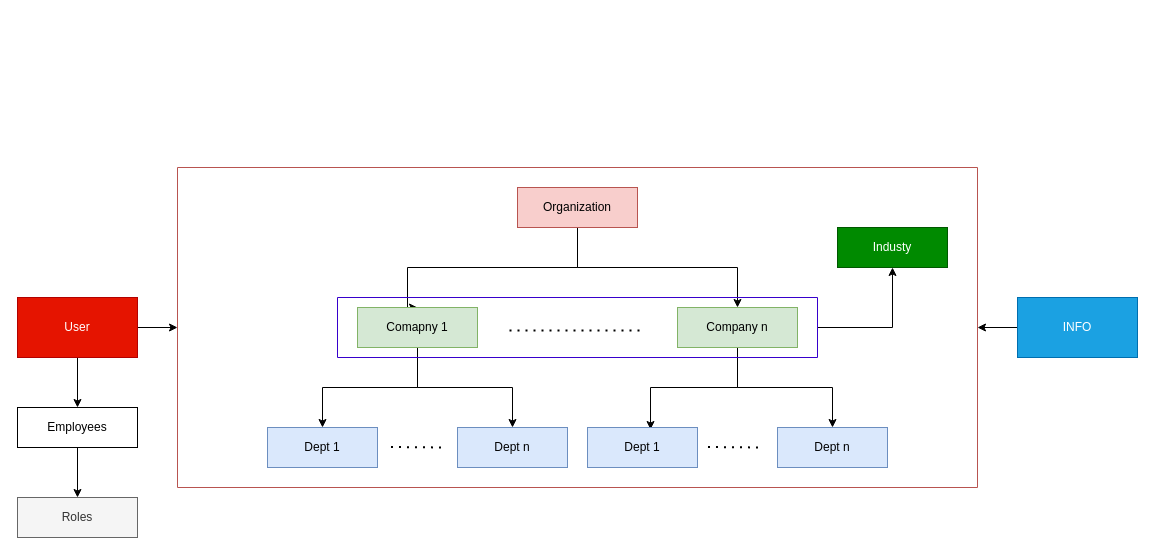
The draw.io diagram storage/dataflow.drawio in vivek-14/omt, before the edit. Source tidied: cells renumbered, new cells numbered last; positions are measured from the earlier drawing's top-left corner, leaving out a move shared by most shapes. Both pictures are drawn from the tidied source at 100%, with x=0, y=0 at pixel (17, 167).
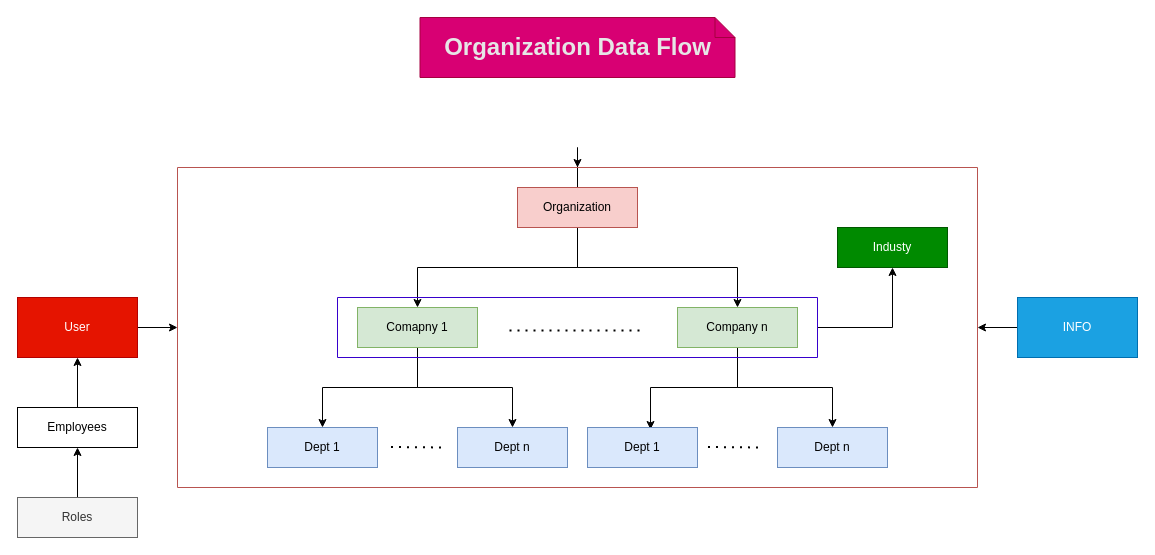
The same page after the edit.

Commit message:
minor text and flow char format update

The change refers to these unchanged cells:
```xml
<mxCell id="4" value="Organization" style="rounded=0;whiteSpace=wrap;html=1;fillColor=#f8cecc;strokeColor=#b85450;" parent="1" vertex="1">
  <mxGeometry x="500" y="20" width="120" height="40" as="geometry" />
</mxCell>
<mxCell id="7" value="Comapny 1" style="rounded=0;whiteSpace=wrap;html=1;fillColor=#d5e8d4;strokeColor=#82b366;" parent="1" vertex="1">
  <mxGeometry x="340" y="140" width="120" height="40" as="geometry" />
</mxCell>
<mxCell id="10" value="Company n" style="rounded=0;whiteSpace=wrap;html=1;fillColor=#d5e8d4;strokeColor=#82b366;" parent="1" vertex="1">
  <mxGeometry x="660" y="140" width="120" height="40" as="geometry" />
</mxCell>
<mxCell id="16" style="swimlane;startSize=0;fillColor=#f8cecc;strokeColor=#b85450;" parent="1" vertex="1">
  <mxGeometry x="160" width="800" height="320" as="geometry" />
</mxCell>
<mxCell id="26" value="User" style="rounded=0;whiteSpace=wrap;html=1;fillColor=#e51400;fontColor=#ffffff;strokeColor=#B20000;" parent="1" vertex="1">
  <mxGeometry y="130" width="120" height="60" as="geometry" />
</mxCell>
<mxCell id="28" value="Employees" style="rounded=0;whiteSpace=wrap;html=1;" parent="1" vertex="1">
  <mxGeometry y="240" width="120" height="40" as="geometry" />
</mxCell>
<mxCell id="29" value="Roles" style="rounded=0;whiteSpace=wrap;html=1;fillColor=#f5f5f5;strokeColor=#666666;fontColor=#333333;" parent="1" vertex="1">
  <mxGeometry y="330" width="120" height="40" as="geometry" />
</mxCell>
```

The edit, as a diff of the source:
```diff
@@
+    <mxCell id="3" style="edgeStyle=orthogonalEdgeStyle;rounded=0;jettySize=auto;html=1;entryX=0.5;entryY=0;entryDx=0;entryDy=0;" parent="1" edge="1" source="4" target="10">
+      <mxGeometry relative="1" as="geometry">
+        <Array as="points">
+          <mxPoint x="560" y="100" />
+          <mxPoint x="720" y="100" />
+        </Array>
+      </mxGeometry>
+    </mxCell>
+    <mxCell id="30" style="edgeStyle=orthogonalEdgeStyle;rounded=0;jettySize=auto;html=1;" parent="1" edge="1" source="4" target="16">
+      <mxGeometry relative="1" as="geometry" />
+    </mxCell>
-    <mxCell id="2" style="edgeStyle=orthogonalEdgeStyle;rounded=0;jettySize=auto;html=1;entryX=0.5;entryY=0;entryDx=0;entryDy=0;" parent="1" edge="1" source="4" target="7">
+    <mxCell id="2" style="edgeStyle=orthogonalEdgeStyle;rounded=0;jettySize=auto;html=1;" parent="1" edge="1" source="4" target="7">
       <mxGeometry relative="1" as="geometry">
         <Array as="points">
           <mxPoint x="560" y="100" />
-          <mxPoint x="390" y="100" />
+          <mxPoint x="400" y="100" />
         </Array>
       </mxGeometry>
     </mxCell>
-    <mxCell id="3" style="edgeStyle=orthogonalEdgeStyle;rounded=0;jettySize=auto;html=1;entryX=0.5;entryY=0;entryDx=0;entryDy=0;" parent="1" edge="1" source="4" target="10">
-      <mxGeometry relative="1" as="geometry">
-        <Array as="points">
-          <mxPoint x="560" y="100" />
-          <mxPoint x="720" y="100" />
-        </Array>
-      </mxGeometry>
-    </mxCell>
@@
-    <mxCell id="25" style="edgeStyle=orthogonalEdgeStyle;rounded=0;jettySize=auto;html=1;entryX=0.5;entryY=0;entryDx=0;entryDy=0;" parent="1" edge="1" source="26" target="28">
-      <mxGeometry relative="1" as="geometry" />
-    </mxCell>
@@
-    <mxCell id="27" style="edgeStyle=orthogonalEdgeStyle;rounded=0;jettySize=auto;html=1;entryX=0.5;entryY=0;entryDx=0;entryDy=0;" parent="1" edge="1" source="28" target="29">
-      <mxGeometry relative="1" as="geometry" />
-    </mxCell>
+    <mxCell id="31" style="edgeStyle=orthogonalEdgeStyle;rounded=0;jettySize=auto;html=1;entryX=0.5;entryY=1;entryDx=0;entryDy=0;" parent="1" edge="1" source="28" target="26">
+      <mxGeometry relative="1" as="geometry" />
+    </mxCell>
@@
+    <mxCell id="32" style="edgeStyle=orthogonalEdgeStyle;rounded=0;jettySize=auto;html=1;entryX=0.5;entryY=1;entryDx=0;entryDy=0;" parent="1" edge="1" source="29" target="28">
+      <mxGeometry relative="1" as="geometry" />
+    </mxCell>
@@
+    <mxCell id="33" value="&lt;h1&gt;Organization Data Flow&lt;/h1&gt;" style="shape=note;size=20;whiteSpace=wrap;html=1;fillColor=#d80073;strokeColor=#A50040;fontColor=#E6E6E6;" parent="1" vertex="1">
+      <mxGeometry x="402.5" y="-150" width="315" height="60" as="geometry" />
+    </mxCell>
```
